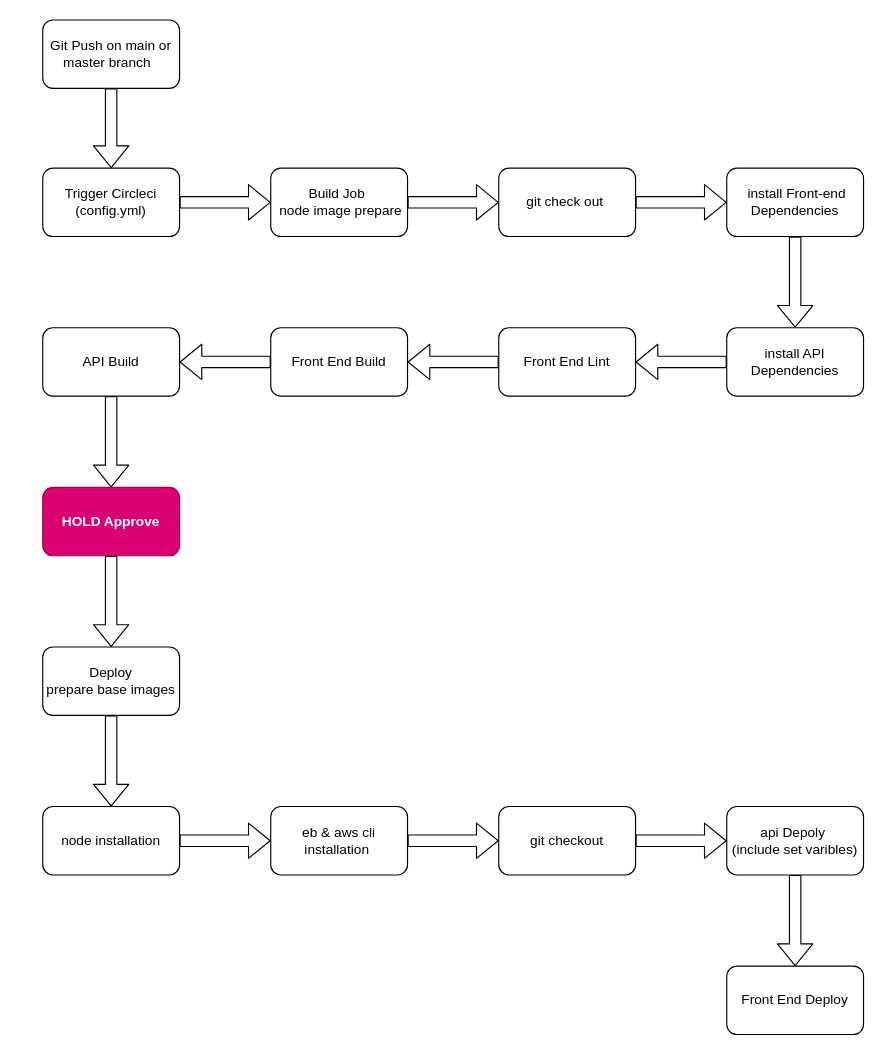
Earlier version of the draw.io diagram page "Deployment Process" (2 of 3) of screenshoot/Project.drawio (AhmedAbdelbaqi/Depolyment). Source tidied: cells renumbered, new cells numbered last; positions are measured from the earlier drawing's top-left corner, leaving out a move shared by most shapes. Both pictures are drawn from the tidied source at 114%, with x=0, y=0 at pixel (42, 19).
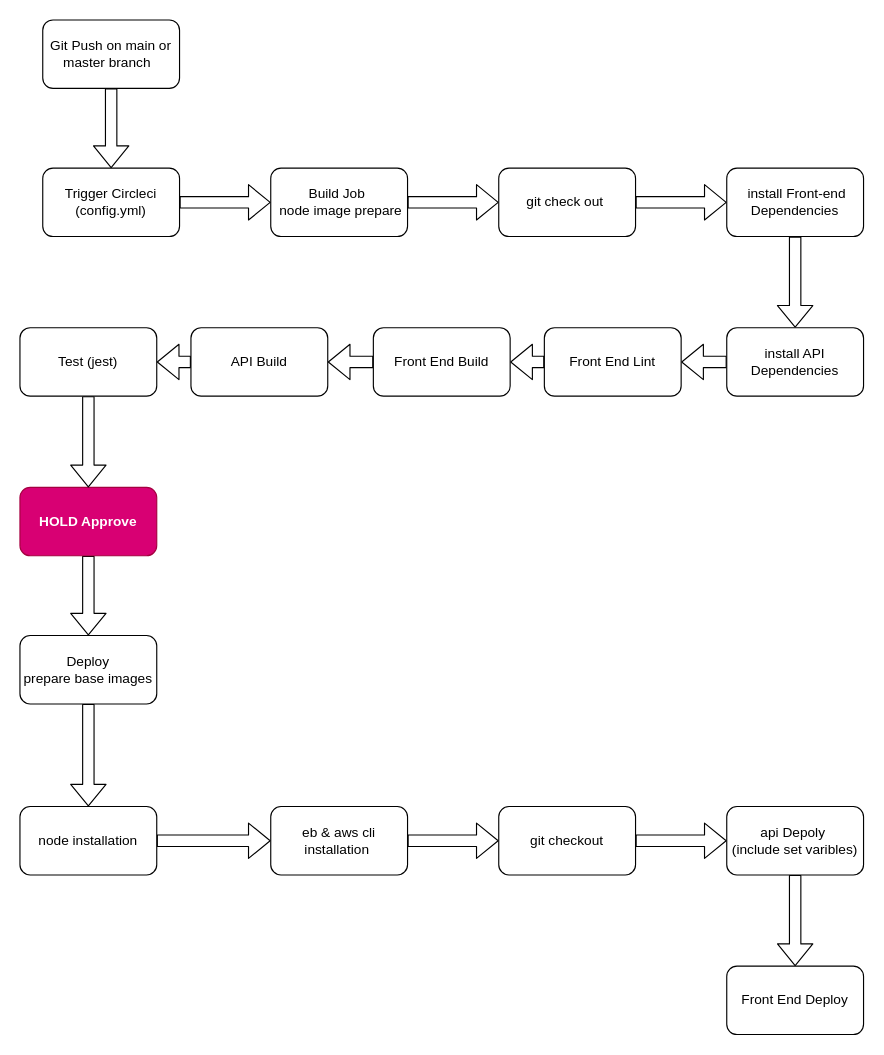
Above is the later version.

Diff of the diagram source:
```diff
@@
     <mxCell id="15" value="Front End Lint" style="whiteSpace=wrap;html=1;rounded=1;" parent="1" vertex="1">
-      <mxGeometry x="400" y="270" width="120" height="60" as="geometry" />
+      <mxGeometry x="440" y="270" width="120" height="60" as="geometry" />
     </mxCell>
@@
     <mxCell id="17" value="Front End Build" style="whiteSpace=wrap;html=1;rounded=1;" parent="1" vertex="1">
-      <mxGeometry x="200" y="270" width="120" height="60" as="geometry" />
+      <mxGeometry x="290" y="270" width="120" height="60" as="geometry" />
     </mxCell>
-    <mxCell id="18" style="edgeStyle=none;shape=flexArrow;html=1;" parent="1" edge="1" source="19" target="21">
-      <mxGeometry relative="1" as="geometry" />
-    </mxCell>
+    <mxCell id="33" style="edgeStyle=none;html=1;shape=flexArrow;" parent="1" edge="1" source="19" target="35">
+      <mxGeometry relative="1" as="geometry" />
+    </mxCell>
     <mxCell id="19" value="API Build" style="whiteSpace=wrap;html=1;rounded=1;" parent="1" vertex="1">
-      <mxGeometry y="270" width="120" height="60" as="geometry" />
+      <mxGeometry x="130" y="270" width="120" height="60" as="geometry" />
     </mxCell>
@@
     <mxCell id="21" value="&lt;b&gt;HOLD Approve&lt;/b&gt;" style="whiteSpace=wrap;html=1;rounded=1;fillColor=#d80073;fontColor=#ffffff;strokeColor=#A50040;" parent="1" vertex="1">
-      <mxGeometry y="410" width="120" height="60" as="geometry" />
+      <mxGeometry x="-20" y="410" width="120" height="60" as="geometry" />
     </mxCell>
@@
     <mxCell id="23" value="Deploy&lt;br&gt;prepare base images" style="whiteSpace=wrap;html=1;rounded=1;" parent="1" vertex="1">
-      <mxGeometry y="550" width="120" height="60" as="geometry" />
+      <mxGeometry x="-20" y="540" width="120" height="60" as="geometry" />
     </mxCell>
@@
     <mxCell id="25" value="node installation" style="whiteSpace=wrap;html=1;rounded=1;" parent="1" vertex="1">
-      <mxGeometry y="690" width="120" height="60" as="geometry" />
+      <mxGeometry x="-20" y="690" width="120" height="60" as="geometry" />
     </mxCell>
@@
+    <mxCell id="34" style="edgeStyle=none;html=1;entryX=0.5;entryY=0;entryDx=0;entryDy=0;shape=flexArrow;" parent="1" edge="1" source="35" target="21">
+      <mxGeometry relative="1" as="geometry" />
+    </mxCell>
+    <mxCell id="35" value="Test (jest)" style="rounded=1;whiteSpace=wrap;html=1;" parent="1" vertex="1">
+      <mxGeometry x="-20" y="270" width="120" height="60" as="geometry" />
+    </mxCell>
```
